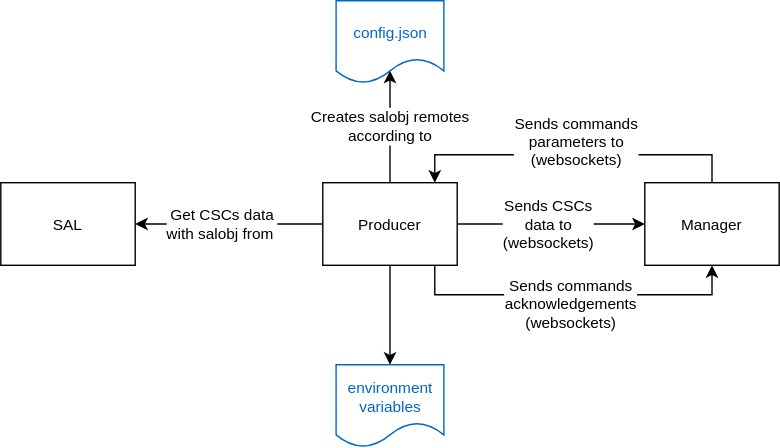
The draw.io diagram docsrc/source/assets/Producer-overview.svg in lsst-ts/LOVE-producer, before a commit. Source tidied: cells renumbered, new cells last; positions are measured from the earlier drawing's top-left corner, leaving out a move shared by most shapes. Its diagram source:
```xml
<mxGraphModel>
  <root>
    <mxCell id="0" />
    <mxCell id="1" parent="0" />
    <mxCell id="2" style="edgeStyle=orthogonalEdgeStyle;rounded=0;jettySize=auto;html=1;entryX=0;entryY=0.5;entryDx=0;entryDy=0;startArrow=classic;startFill=1;endArrow=none;endFill=0;" parent="1" edge="1" source="4" target="12">
      <mxGeometry relative="1" as="geometry" />
    </mxCell>
    <mxCell id="3" value="Get CSCs data &lt;br&gt;with salobj from&amp;nbsp;" style="edgeLabel;html=1;align=center;verticalAlign=middle;" parent="2" vertex="1">
      <mxGeometry x="0.32" relative="1" as="geometry">
        <mxPoint x="-28" as="offset" />
      </mxGeometry>
    </mxCell>
    <mxCell id="4" value="SAL" style="html=1;whiteSpace=wrap;fontSize=11;fontColor=#000000;spacing=3;strokeOpacity=100;fillColor=#FFFFFF;" parent="1" vertex="1">
      <mxGeometry y="130" width="96" height="59" as="geometry" />
    </mxCell>
    <mxCell id="5" style="edgeStyle=orthogonalEdgeStyle;rounded=0;jettySize=auto;html=1;entryX=1;entryY=0.5;entryDx=0;entryDy=0;startArrow=classic;startFill=1;endArrow=none;endFill=0;" parent="1" edge="1" source="8" target="12">
      <mxGeometry relative="1" as="geometry" />
    </mxCell>
    <mxCell id="6" value="&lt;span style=&quot;color: rgb(0 , 0 , 0) ; font-family: &amp;#34;helvetica&amp;#34; ; font-size: 11px ; font-style: normal ; font-weight: 400 ; letter-spacing: normal ; text-align: center ; text-indent: 0px ; text-transform: none ; word-spacing: 0px ; background-color: rgb(255 , 255 , 255) ; float: none ; display: inline&quot;&gt;Sends CSCs &lt;br&gt;data to&lt;/span&gt;&lt;br style=&quot;color: rgb(0 , 0 , 0) ; font-family: &amp;#34;helvetica&amp;#34; ; font-size: 11px ; font-style: normal ; font-weight: 400 ; letter-spacing: normal ; text-align: center ; text-indent: 0px ; text-transform: none ; word-spacing: 0px&quot;&gt;&lt;span style=&quot;color: rgb(0 , 0 , 0) ; font-family: &amp;#34;helvetica&amp;#34; ; font-size: 11px ; font-style: normal ; font-weight: 400 ; letter-spacing: normal ; text-align: center ; text-indent: 0px ; text-transform: none ; word-spacing: 0px ; background-color: rgb(255 , 255 , 255) ; float: none ; display: inline&quot;&gt;(websockets)&lt;/span&gt;" style="edgeLabel;html=1;align=center;verticalAlign=middle;" parent="5" vertex="1">
      <mxGeometry x="-0.33" y="4" relative="1" as="geometry">
        <mxPoint x="-25" y="-4" as="offset" />
      </mxGeometry>
    </mxCell>
    <mxCell id="7" style="edgeStyle=orthogonalEdgeStyle;rounded=0;jettySize=auto;html=1;startArrow=classic;startFill=1;endArrow=none;endFill=0;" parent="1" edge="1" source="8" target="12">
      <mxGeometry relative="1" as="geometry">
        <Array as="points">
          <mxPoint x="508" y="210" />
          <mxPoint x="310" y="210" />
        </Array>
      </mxGeometry>
    </mxCell>
    <mxCell id="8" value="Manager" style="html=1;whiteSpace=wrap;fontSize=11;fontColor=#000000;spacing=3;strokeOpacity=100;fillColor=#FFFFFF;" parent="1" vertex="1">
      <mxGeometry x="460" y="130" width="96" height="59" as="geometry" />
    </mxCell>
    <mxCell id="9" value="Creates salobj remotes&lt;br&gt;according to" style="edgeStyle=orthogonalEdgeStyle;rounded=0;jettySize=auto;html=1;entryX=0.5;entryY=0.847;entryDx=0;entryDy=0;entryPerimeter=0;" parent="1" edge="1" source="12" target="13">
      <mxGeometry relative="1" as="geometry" />
    </mxCell>
    <mxCell id="10" style="edgeStyle=orthogonalEdgeStyle;rounded=0;jettySize=auto;html=1;startArrow=classic;startFill=1;endArrow=none;endFill=0;" parent="1" edge="1" source="12" target="8">
      <mxGeometry relative="1" as="geometry">
        <Array as="points">
          <mxPoint x="310" y="110" />
          <mxPoint x="508" y="110" />
        </Array>
      </mxGeometry>
    </mxCell>
    <mxCell id="11" value="Sends commands &lt;br&gt;parameters to&lt;br&gt;(websockets)" style="edgeLabel;html=1;align=center;verticalAlign=middle;" parent="10" vertex="1">
      <mxGeometry x="-0.38" y="-4" relative="1" as="geometry">
        <mxPoint x="46" y="-14" as="offset" />
      </mxGeometry>
    </mxCell>
    <mxCell id="12" value="Producer" style="html=1;whiteSpace=wrap;fontSize=11;fontColor=#000000;spacing=3;strokeOpacity=100;fillColor=#FFFFFF;" parent="1" vertex="1">
      <mxGeometry x="230" y="130" width="96" height="59" as="geometry" />
    </mxCell>
    <mxCell id="13" value="&lt;font color=&quot;#0066cc&quot;&gt;config.json&lt;br&gt;&lt;br&gt;&lt;/font&gt;" style="html=1;whiteSpace=wrap;shape=document;fontSize=11;fontColor=#000000;spacing=3;strokeOpacity=100;strokeColor=#0066CC;fillColor=#FFFFFF;" parent="1" vertex="1">
      <mxGeometry x="239.5" width="77" height="59" as="geometry" />
    </mxCell>
    <mxCell id="14" style="edgeStyle=orthogonalEdgeStyle;rounded=0;jettySize=auto;html=1;startArrow=classic;startFill=1;endArrow=none;endFill=0;" parent="1" edge="1" source="15" target="12">
      <mxGeometry relative="1" as="geometry" />
    </mxCell>
    <mxCell id="15" value="&lt;font color=&quot;#0066cc&quot;&gt;environment variables&lt;br&gt;&lt;br&gt;&lt;/font&gt;" style="html=1;whiteSpace=wrap;shape=document;fontSize=11;fontColor=#000000;spacing=3;strokeOpacity=100;strokeColor=#0066CC;fillColor=#FFFFFF;" parent="1" vertex="1">
      <mxGeometry x="239.5" y="260" width="77" height="59" as="geometry" />
    </mxCell>
    <mxCell id="16" value="Sends commands &lt;br&gt;acknowledgements&lt;br&gt;(websockets)" style="edgeLabel;html=1;align=center;verticalAlign=middle;" parent="1" vertex="1">
      <mxGeometry x="360" y="230" as="geometry">
        <mxPoint x="46" y="-14" as="offset" />
      </mxGeometry>
    </mxCell>
  </root>
</mxGraphModel>
```
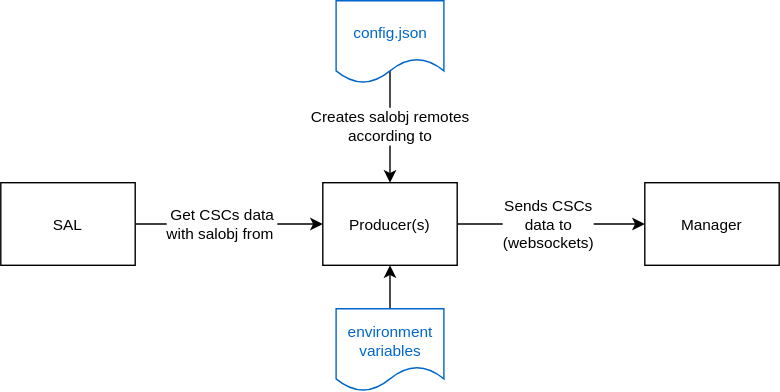
The same diagram one commit later.

The edit, as a diff of the source:
```diff
@@ -2,7 +2,7 @@
   <root>
     <mxCell id="0" />
     <mxCell id="1" parent="0" />
-    <mxCell id="2" style="edgeStyle=orthogonalEdgeStyle;rounded=0;jettySize=auto;html=1;entryX=0;entryY=0.5;entryDx=0;entryDy=0;startArrow=classic;startFill=1;endArrow=none;endFill=0;" parent="1" edge="1" source="4" target="12">
+    <mxCell id="2" style="edgeStyle=orthogonalEdgeStyle;rounded=0;jettySize=auto;html=1;entryX=0;entryY=0.5;entryDx=0;entryDy=0;startArrow=none;startFill=0;endArrow=classic;endFill=1;" parent="1" edge="1" source="4" target="12">
       <mxGeometry relative="1" as="geometry" />
     </mxCell>
     <mxCell id="3" value="Get CSCs data &lt;br&gt;with salobj from&amp;nbsp;" style="edgeLabel;html=1;align=center;verticalAlign=middle;" parent="2" vertex="1">
@@ -21,49 +21,23 @@
         <mxPoint x="-25" y="-4" as="offset" />
       </mxGeometry>
     </mxCell>
-    <mxCell id="7" style="edgeStyle=orthogonalEdgeStyle;rounded=0;jettySize=auto;html=1;startArrow=classic;startFill=1;endArrow=none;endFill=0;" parent="1" edge="1" source="8" target="12">
-      <mxGeometry relative="1" as="geometry">
-        <Array as="points">
-          <mxPoint x="508" y="210" />
-          <mxPoint x="310" y="210" />
-        </Array>
-      </mxGeometry>
-    </mxCell>
     <mxCell id="8" value="Manager" style="html=1;whiteSpace=wrap;fontSize=11;fontColor=#000000;spacing=3;strokeOpacity=100;fillColor=#FFFFFF;" parent="1" vertex="1">
       <mxGeometry x="460" y="130" width="96" height="59" as="geometry" />
     </mxCell>
-    <mxCell id="9" value="Creates salobj remotes&lt;br&gt;according to" style="edgeStyle=orthogonalEdgeStyle;rounded=0;jettySize=auto;html=1;entryX=0.5;entryY=0.847;entryDx=0;entryDy=0;entryPerimeter=0;" parent="1" edge="1" source="12" target="13">
+    <mxCell id="9" value="Creates salobj remotes&lt;br&gt;according to" style="edgeStyle=orthogonalEdgeStyle;rounded=0;jettySize=auto;html=1;entryX=0.5;entryY=0.847;entryDx=0;entryDy=0;entryPerimeter=0;startArrow=classic;startFill=1;endArrow=none;endFill=0;" parent="1" edge="1" source="12" target="13">
       <mxGeometry relative="1" as="geometry" />
     </mxCell>
-    <mxCell id="10" style="edgeStyle=orthogonalEdgeStyle;rounded=0;jettySize=auto;html=1;startArrow=classic;startFill=1;endArrow=none;endFill=0;" parent="1" edge="1" source="12" target="8">
-      <mxGeometry relative="1" as="geometry">
-        <Array as="points">
-          <mxPoint x="310" y="110" />
-          <mxPoint x="508" y="110" />
-        </Array>
-      </mxGeometry>
-    </mxCell>
-    <mxCell id="11" value="Sends commands &lt;br&gt;parameters to&lt;br&gt;(websockets)" style="edgeLabel;html=1;align=center;verticalAlign=middle;" parent="10" vertex="1">
-      <mxGeometry x="-0.38" y="-4" relative="1" as="geometry">
-        <mxPoint x="46" y="-14" as="offset" />
-      </mxGeometry>
-    </mxCell>
-    <mxCell id="12" value="Producer" style="html=1;whiteSpace=wrap;fontSize=11;fontColor=#000000;spacing=3;strokeOpacity=100;fillColor=#FFFFFF;" parent="1" vertex="1">
+    <mxCell id="12" value="Producer(s)" style="html=1;whiteSpace=wrap;fontSize=11;fontColor=#000000;spacing=3;strokeOpacity=100;fillColor=#FFFFFF;" parent="1" vertex="1">
       <mxGeometry x="230" y="130" width="96" height="59" as="geometry" />
     </mxCell>
     <mxCell id="13" value="&lt;font color=&quot;#0066cc&quot;&gt;config.json&lt;br&gt;&lt;br&gt;&lt;/font&gt;" style="html=1;whiteSpace=wrap;shape=document;fontSize=11;fontColor=#000000;spacing=3;strokeOpacity=100;strokeColor=#0066CC;fillColor=#FFFFFF;" parent="1" vertex="1">
       <mxGeometry x="239.5" width="77" height="59" as="geometry" />
     </mxCell>
-    <mxCell id="14" style="edgeStyle=orthogonalEdgeStyle;rounded=0;jettySize=auto;html=1;startArrow=classic;startFill=1;endArrow=none;endFill=0;" parent="1" edge="1" source="15" target="12">
+    <mxCell id="14" style="edgeStyle=orthogonalEdgeStyle;rounded=0;jettySize=auto;html=1;startArrow=none;startFill=0;endArrow=classic;endFill=1;" parent="1" edge="1" source="15" target="12">
       <mxGeometry relative="1" as="geometry" />
     </mxCell>
     <mxCell id="15" value="&lt;font color=&quot;#0066cc&quot;&gt;environment variables&lt;br&gt;&lt;br&gt;&lt;/font&gt;" style="html=1;whiteSpace=wrap;shape=document;fontSize=11;fontColor=#000000;spacing=3;strokeOpacity=100;strokeColor=#0066CC;fillColor=#FFFFFF;" parent="1" vertex="1">
-      <mxGeometry x="239.5" y="260" width="77" height="59" as="geometry" />
+      <mxGeometry x="239.5" y="220" width="77" height="59" as="geometry" />
     </mxCell>
-    <mxCell id="16" value="Sends commands &lt;br&gt;acknowledgements&lt;br&gt;(websockets)" style="edgeLabel;html=1;align=center;verticalAlign=middle;" parent="1" vertex="1">
-      <mxGeometry x="360" y="230" as="geometry">
-        <mxPoint x="46" y="-14" as="offset" />
-      </mxGeometry>
-    </mxCell>
   </root>
 </mxGraphModel>
```
